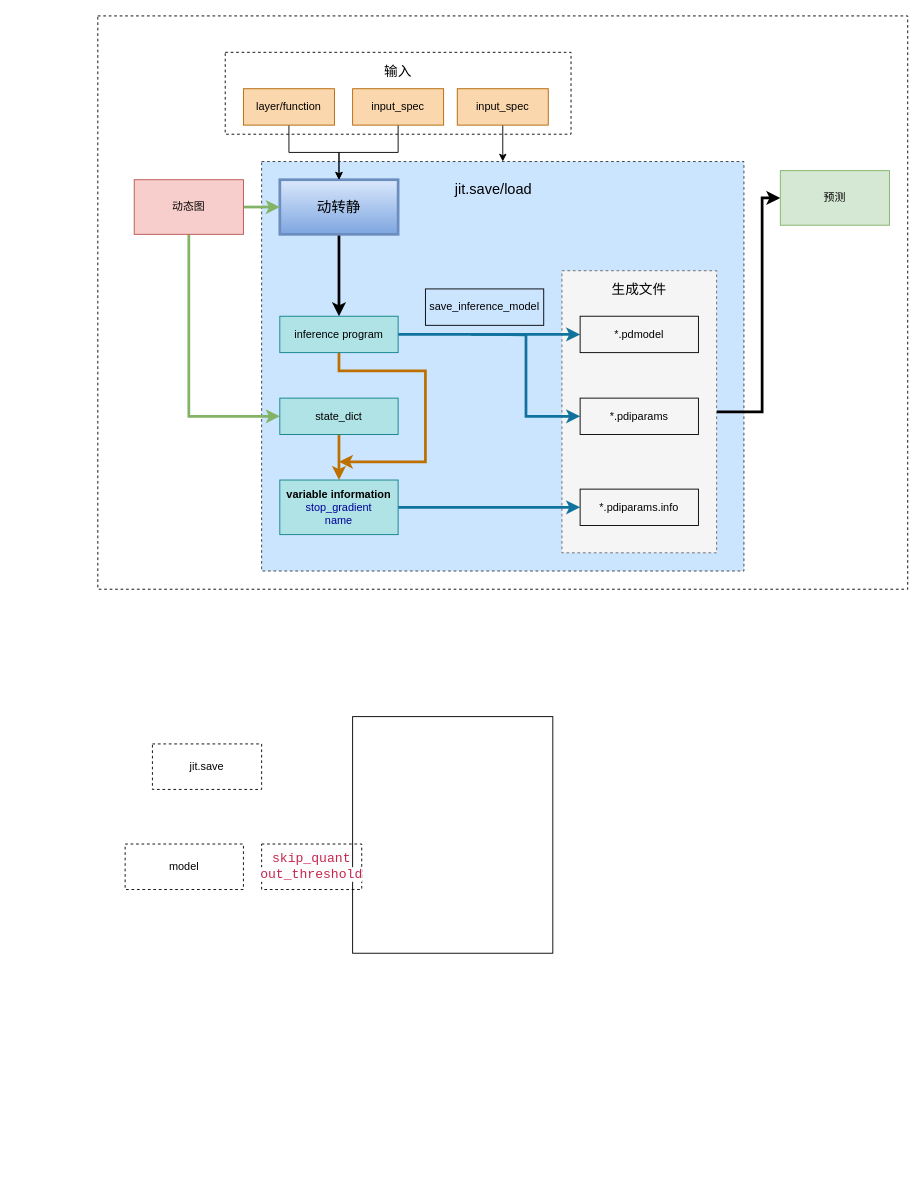
Before: save/jit.drawio in hbwx24/draw.io, a draw.io diagram. Source tidied: cells renumbered, new cells numbered last; positions are measured from the earlier drawing's top-left corner, leaving out a move shared by most shapes. Both pictures are drawn from the tidied source at 91%, with x=0, y=0 at pixel (97, 15).
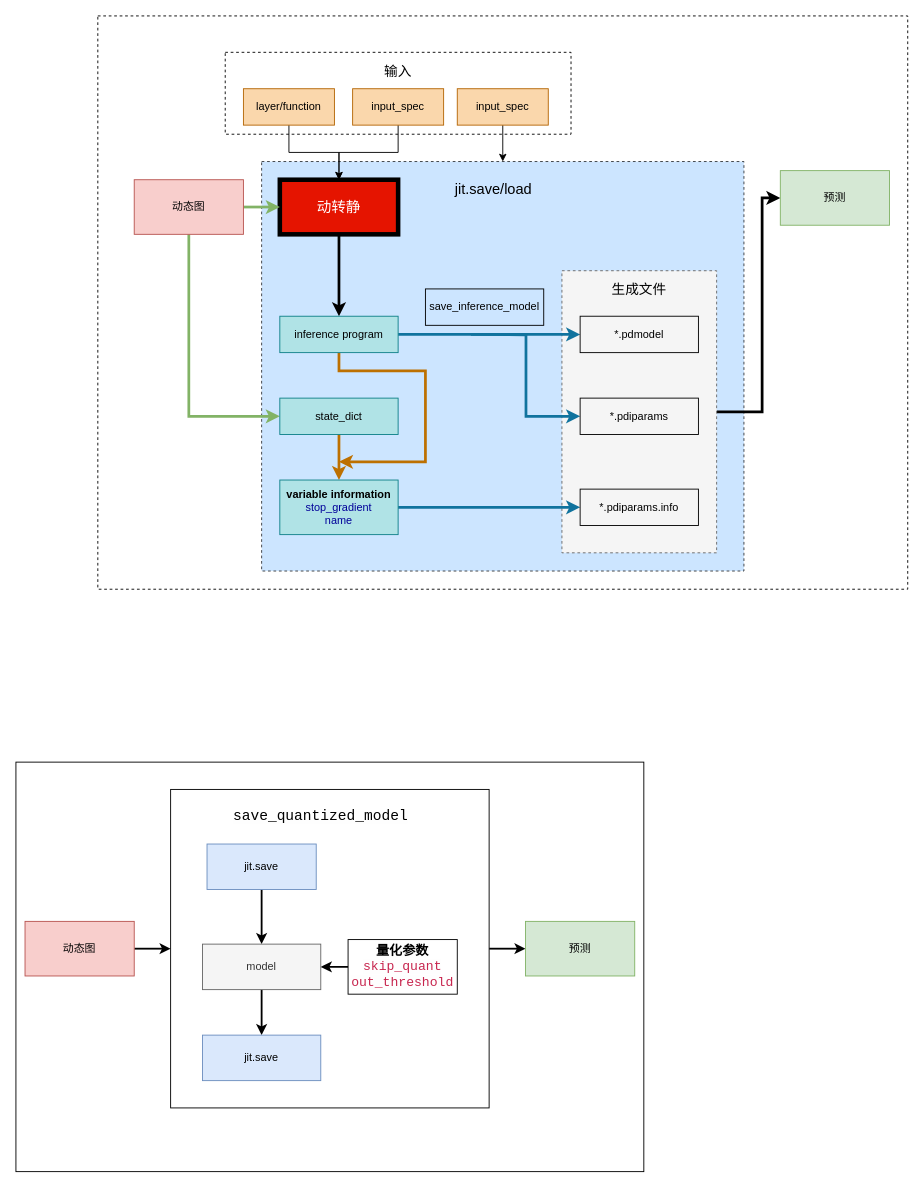
The same page after the edit.

Diff of the diagram source:
```diff
@@
+    <mxCell id="38" style="rounded=0;whiteSpace=wrap;html=1;strokeWidth=1;" parent="1" vertex="1">
+      <mxGeometry x="-90" y="820" width="690" height="450" as="geometry" />
+    </mxCell>
+    <mxCell id="39" style="edgeStyle=orthogonalEdgeStyle;rounded=0;jettySize=auto;html=1;entryX=0;entryY=0.5;entryDx=0;entryDy=0;strokeWidth=2;" parent="1" edge="1" source="34" target="47">
+      <mxGeometry relative="1" as="geometry" />
+    </mxCell>
+    <mxCell id="34" style="rounded=0;whiteSpace=wrap;html=1;" parent="1" vertex="1">
+      <mxGeometry x="80" y="850" width="350" height="350" as="geometry" />
+    </mxCell>
@@
-    <mxCell id="8" value="&lt;font style=&quot;font-size: 16px&quot;&gt;动转静&lt;/font&gt;" style="rounded=0;whiteSpace=wrap;html=1;fillColor=#dae8fc;strokeWidth=3;gradientColor=#7ea6e0;strokeColor=#6c8ebf;" parent="1" vertex="1">
+    <mxCell id="8" value="&lt;font style=&quot;font-size: 16px&quot;&gt;动转静&lt;/font&gt;" style="rounded=0;whiteSpace=wrap;html=1;fillColor=#e51400;strokeWidth=5;fontColor=#ffffff;" parent="1" vertex="1">
       <mxGeometry x="200" y="180" width="130" height="60" as="geometry" />
     </mxCell>
@@
-    <mxCell id="34" style="rounded=0;whiteSpace=wrap;html=1;" parent="1" vertex="1">
-      <mxGeometry x="280" y="770" width="220" height="260" as="geometry" />
-    </mxCell>
+    <mxCell id="40" style="edgeStyle=orthogonalEdgeStyle;rounded=0;jettySize=auto;html=1;entryX=0.5;entryY=0;entryDx=0;entryDy=0;strokeWidth=2;" parent="1" edge="1" source="35" target="36">
+      <mxGeometry relative="1" as="geometry" />
+    </mxCell>
-    <mxCell id="35" value="jit.save" style="rounded=0;whiteSpace=wrap;html=1;dashed=1;strokeWidth=1;fillColor=none;" parent="1" vertex="1">
-      <mxGeometry x="60" y="800" width="120" height="50" as="geometry" />
+    <mxCell id="35" value="jit.save" style="rounded=0;whiteSpace=wrap;html=1;strokeWidth=1;fillColor=#dae8fc;strokeColor=#6c8ebf;" parent="1" vertex="1">
+      <mxGeometry x="120" y="910" width="120" height="50" as="geometry" />
     </mxCell>
+    <mxCell id="41" style="edgeStyle=orthogonalEdgeStyle;rounded=0;jettySize=auto;html=1;entryX=0.5;entryY=0;entryDx=0;entryDy=0;strokeWidth=2;" parent="1" edge="1" source="36" target="43">
+      <mxGeometry relative="1" as="geometry" />
+    </mxCell>
-    <mxCell id="36" value="model" style="rounded=0;whiteSpace=wrap;html=1;dashed=1;strokeWidth=1;fillColor=none;" parent="1" vertex="1">
-      <mxGeometry x="30" y="910" width="130" height="50" as="geometry" />
+    <mxCell id="36" value="model" style="rounded=0;whiteSpace=wrap;html=1;strokeWidth=1;fillColor=#f5f5f5;strokeColor=#666666;fontColor=#333333;" parent="1" vertex="1">
+      <mxGeometry x="115" y="1020" width="130" height="50" as="geometry" />
     </mxCell>
+    <mxCell id="42" style="edgeStyle=orthogonalEdgeStyle;rounded=0;jettySize=auto;html=1;entryX=1;entryY=0.5;entryDx=0;entryDy=0;strokeWidth=2;" parent="1" edge="1" source="37" target="36">
+      <mxGeometry relative="1" as="geometry" />
+    </mxCell>
-    <mxCell id="37" value="&lt;span style=&quot;color: rgb(199 , 37 , 78) ; font-family: &amp;#34;source code pro&amp;#34; , monospace ; font-size: 14.4px ; text-align: left ; background-color: rgb(254 , 254 , 254)&quot;&gt;skip_quant&lt;br&gt;&lt;/span&gt;&lt;span style=&quot;color: rgb(199 , 37 , 78) ; font-family: &amp;#34;source code pro&amp;#34; , monospace ; font-size: 14.4px ; text-align: left ; background-color: rgb(254 , 254 , 254)&quot;&gt;out_threshold&lt;/span&gt;&lt;span style=&quot;color: rgb(199 , 37 , 78) ; font-family: &amp;#34;source code pro&amp;#34; , monospace ; font-size: 14.4px ; text-align: left ; background-color: rgb(254 , 254 , 254)&quot;&gt;&lt;br&gt;&lt;/span&gt;" style="rounded=0;whiteSpace=wrap;html=1;dashed=1;strokeWidth=1;fillColor=none;" parent="1" vertex="1">
-      <mxGeometry x="180" y="910" width="110" height="50" as="geometry" />
+    <mxCell id="37" value="&lt;span style=&quot;font-family: &amp;#34;source code pro&amp;#34; , monospace ; font-size: 14.4px ; text-align: left ; background-color: rgb(254 , 254 , 254)&quot;&gt;&lt;b&gt;量化参数&lt;/b&gt;&lt;br&gt;&lt;font color=&quot;#c7254e&quot;&gt;skip_quant&lt;/font&gt;&lt;br&gt;&lt;/span&gt;&lt;span style=&quot;color: rgb(199 , 37 , 78) ; font-family: &amp;#34;source code pro&amp;#34; , monospace ; font-size: 14.4px ; text-align: left ; background-color: rgb(254 , 254 , 254)&quot;&gt;out_threshold&lt;/span&gt;&lt;span style=&quot;color: rgb(199 , 37 , 78) ; font-family: &amp;#34;source code pro&amp;#34; , monospace ; font-size: 14.4px ; text-align: left ; background-color: rgb(254 , 254 , 254)&quot;&gt;&lt;br&gt;&lt;/span&gt;" style="rounded=0;whiteSpace=wrap;html=1;strokeWidth=1;fillColor=none;" parent="1" vertex="1">
+      <mxGeometry x="275" y="1015" width="120" height="60" as="geometry" />
     </mxCell>
+    <mxCell id="43" value="jit.save" style="rounded=0;whiteSpace=wrap;html=1;strokeWidth=1;fillColor=#dae8fc;strokeColor=#6c8ebf;" parent="1" vertex="1">
+      <mxGeometry x="115" y="1120" width="130" height="50" as="geometry" />
+    </mxCell>
+    <mxCell id="44" value="&lt;span style=&quot;font-family: &amp;#34;source code pro&amp;#34; , monospace ; text-align: left ; background-color: rgb(254 , 254 , 254)&quot;&gt;&lt;font style=&quot;font-size: 16px&quot;&gt;save_quantized_model&lt;/font&gt;&lt;/span&gt;" style="text;html=1;strokeColor=none;fillColor=none;align=center;verticalAlign=middle;whiteSpace=wrap;rounded=0;" parent="1" vertex="1">
+      <mxGeometry x="150" y="870" width="190" height="20" as="geometry" />
+    </mxCell>
+    <mxCell id="45" style="edgeStyle=orthogonalEdgeStyle;rounded=0;jettySize=auto;html=1;entryX=0;entryY=0.5;entryDx=0;entryDy=0;strokeWidth=2;" parent="1" edge="1" source="46" target="34">
+      <mxGeometry relative="1" as="geometry" />
+    </mxCell>
+    <mxCell id="46" value="动态图" style="rounded=0;whiteSpace=wrap;html=1;fillColor=#f8cecc;strokeColor=#b85450;" parent="1" vertex="1">
+      <mxGeometry x="-80" y="995" width="120" height="60" as="geometry" />
+    </mxCell>
+    <mxCell id="47" value="预测" style="rounded=0;whiteSpace=wrap;html=1;fillColor=#d5e8d4;strokeColor=#82b366;" parent="1" vertex="1">
+      <mxGeometry x="470" y="995" width="120" height="60" as="geometry" />
+    </mxCell>
```
